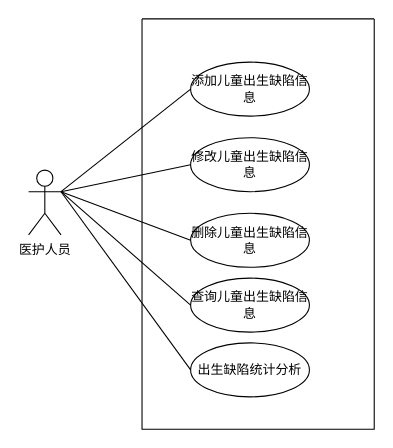
Earlier version of the draw.io diagram 出生缺陷管理用例图.drawio (1940403482/1940403482.GitHub.io). Source tidied: cells renumbered, new cells numbered last; positions are measured from the earlier drawing's top-left corner, leaving out a move shared by most shapes. Both pictures are drawn from the tidied source at 108%, with x=0, y=0 at pixel (28, 18).
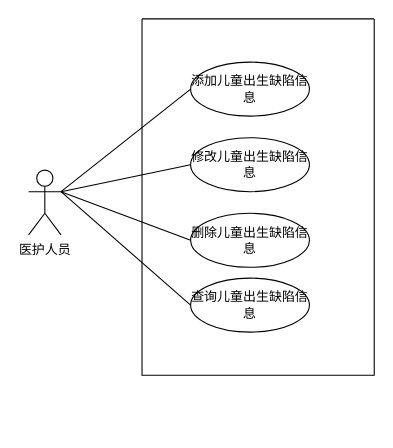
Above is the later version.

Commit message:
更新出生缺陷管理用例图.drawio

Diff of the diagram source:
```diff
@@
 <mxGraphModel>
   <root>
     <mxCell id="0" />
     <mxCell id="1" parent="0" />
     <mxCell id="2" value="医护人员" style="shape=umlActor;verticalLabelPosition=bottom;verticalAlign=top;html=1;outlineConnect=0;" parent="1" vertex="1">
       <mxGeometry y="140" width="30" height="60" as="geometry" />
     </mxCell>
     <mxCell id="3" value="&lt;p class=&quot;MsoNormal&quot;&gt;添加儿童出生缺陷信息&lt;/p&gt;" style="ellipse;whiteSpace=wrap;html=1;" parent="1" vertex="1">
       <mxGeometry x="150" y="40" width="110" height="50" as="geometry" />
     </mxCell>
     <mxCell id="4" value="&lt;p class=&quot;MsoNormal&quot;&gt;修改儿童出生缺陷信息&lt;/p&gt;" style="ellipse;whiteSpace=wrap;html=1;" parent="1" vertex="1">
       <mxGeometry x="150" y="110" width="110" height="50" as="geometry" />
     </mxCell>
     <mxCell id="5" value="&lt;p class=&quot;MsoNormal&quot;&gt;删除儿童出生缺陷信息&lt;/p&gt;" style="ellipse;whiteSpace=wrap;html=1;" parent="1" vertex="1">
       <mxGeometry x="150" y="180" width="110" height="50" as="geometry" />
     </mxCell>
     <mxCell id="6" value="&lt;p class=&quot;MsoNormal&quot;&gt;查询儿童出生缺陷信息&lt;/p&gt;" style="ellipse;whiteSpace=wrap;html=1;" parent="1" vertex="1">
       <mxGeometry x="150" y="240" width="110" height="50" as="geometry" />
     </mxCell>
-    <mxCell id="7" value="&lt;p class=&quot;MsoNormal&quot;&gt;出生缺陷统计分析&lt;/p&gt;" style="ellipse;whiteSpace=wrap;html=1;" parent="1" vertex="1">
-      <mxGeometry x="150" y="300" width="110" height="50" as="geometry" />
-    </mxCell>
     <mxCell id="8" style="endArrow=none;html=1;rounded=0;entryX=0;entryY=0.5;entryDx=0;entryDy=0;exitX=1;exitY=0.3333333333333333;exitDx=0;exitDy=0;exitPerimeter=0;" parent="1" edge="1" source="2" target="3">
       <mxGeometry relative="1" as="geometry" />
     </mxCell>
     <mxCell id="9" style="endArrow=none;html=1;rounded=0;entryX=0;entryY=0.5;entryDx=0;entryDy=0;exitX=1;exitY=0.3333333333333333;exitDx=0;exitDy=0;exitPerimeter=0;" parent="1" edge="1" source="2" target="4">
       <mxGeometry relative="1" as="geometry" />
     </mxCell>
     <mxCell id="10" style="endArrow=none;html=1;rounded=0;entryX=0;entryY=0.5;entryDx=0;entryDy=0;" parent="1" edge="1" target="5">
       <mxGeometry relative="1" as="geometry">
         <mxPoint x="30" y="160" as="sourcePoint" />
       </mxGeometry>
     </mxCell>
     <mxCell id="11" style="endArrow=none;html=1;rounded=0;entryX=0;entryY=0.5;entryDx=0;entryDy=0;" parent="1" edge="1" target="6">
       <mxGeometry relative="1" as="geometry">
         <mxPoint x="30" y="160" as="sourcePoint" />
       </mxGeometry>
     </mxCell>
-    <mxCell id="12" style="endArrow=none;html=1;rounded=0;entryX=0;entryY=0.5;entryDx=0;entryDy=0;exitX=1;exitY=0.3333333333333333;exitDx=0;exitDy=0;exitPerimeter=0;" parent="1" edge="1" source="2" target="7">
-      <mxGeometry relative="1" as="geometry" />
-    </mxCell>
     <mxCell id="13" style="swimlane;startSize=0;" parent="1" vertex="1">
-      <mxGeometry x="105" width="215" height="380" as="geometry" />
+      <mxGeometry x="105" width="215" height="330" as="geometry" />
     </mxCell>
   </root>
 </mxGraphModel>
```
